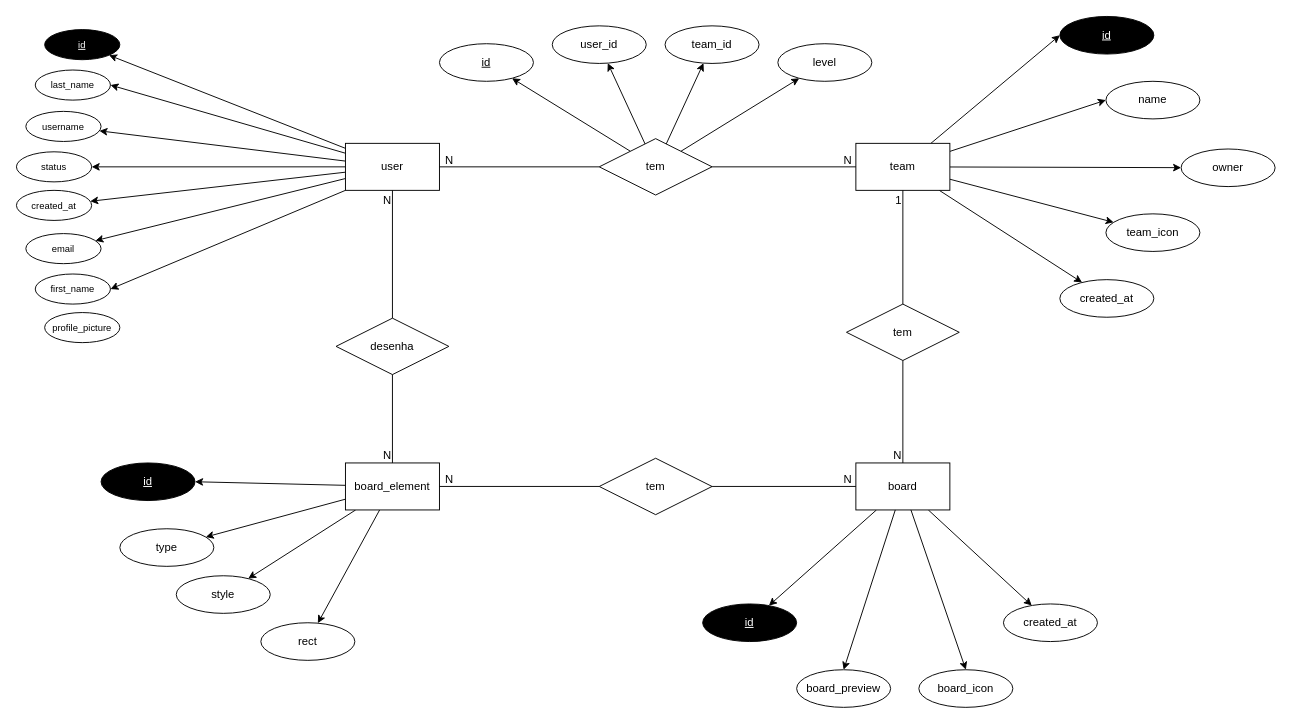
chronos-take-your-time/wiki keeps this draw.io diagram as docs/assets/diagram/DER.drawio. Above is the earlier version. Source tidied: cells renumbered, new cells numbered last; positions are measured from the earlier drawing's top-left corner, leaving out a move shared by most shapes. Both pictures are drawn from the tidied source at 94%, with x=0, y=0 at pixel (16, 16).
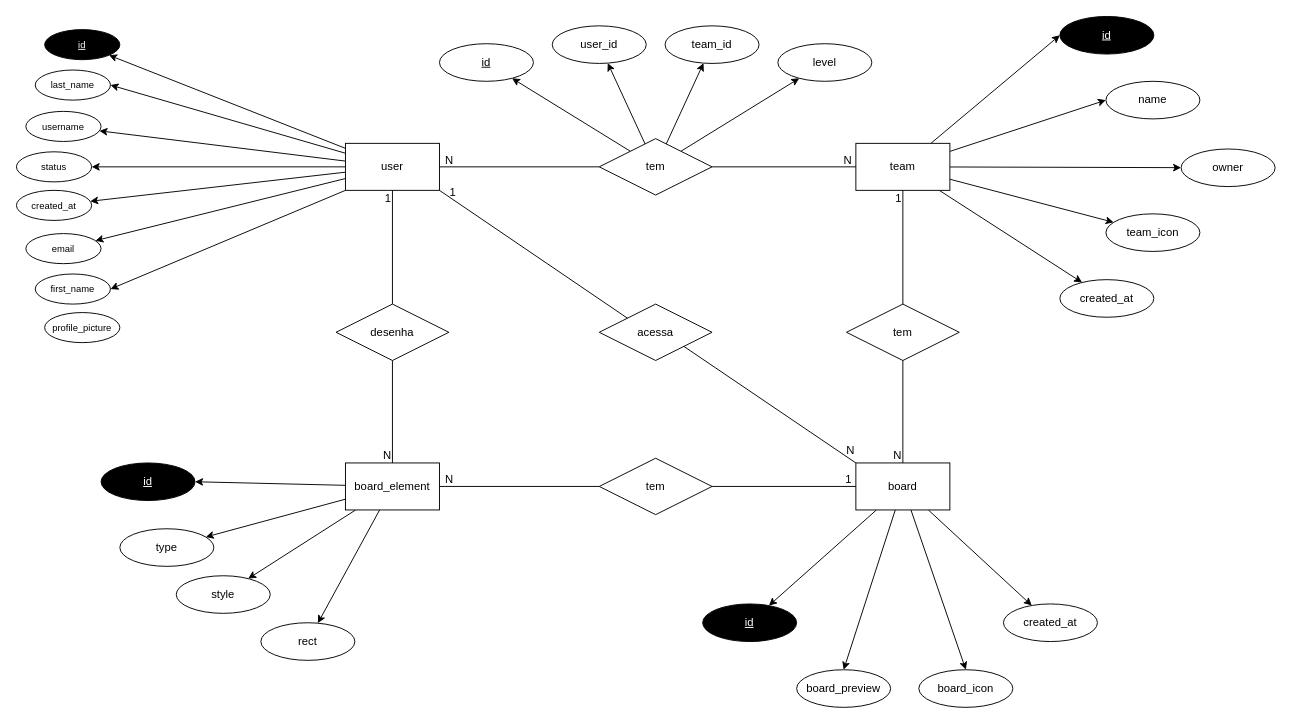
The same diagram, later.

Commit message:
docs(DER): correção da cardinalidade e adição da relação entre user e board

Unchanged cells that the change refers to:
```xml
<mxCell id="9" value="user" style="html=1;dashed=0;whiteSpace=wrap;" parent="1" vertex="1">
  <mxGeometry x="350" y="135" width="100" height="50" as="geometry" />
</mxCell>
<mxCell id="40" value="board" style="whiteSpace=wrap;html=1;dashed=0;" parent="1" vertex="1">
  <mxGeometry x="893" y="475" width="100" height="50" as="geometry" />
</mxCell>
<mxCell id="42" style="endArrow=none;html=1;rounded=0;exitX=0.5;exitY=1;exitDx=0;exitDy=0;" parent="1" edge="1" source="22" target="41">
  <mxGeometry relative="1" as="geometry" />
</mxCell>
<mxCell id="64" style="endArrow=none;html=1;rounded=0;exitX=0.5;exitY=1;exitDx=0;exitDy=0;entryX=0.5;entryY=0;entryDx=0;entryDy=0;" parent="1" edge="1" source="9" target="57">
  <mxGeometry relative="1" as="geometry" />
</mxCell>
<mxCell id="69" style="endArrow=none;html=1;rounded=0;exitX=1;exitY=0.5;exitDx=0;exitDy=0;align=center;entryX=0;entryY=0.5;entryDx=0;entryDy=0;" parent="1" edge="1" source="66" target="40">
  <mxGeometry relative="1" as="geometry" />
</mxCell>
```

Change to the diagram source:
```diff
@@
     <mxCell id="43" value="1" style="html=1;whiteSpace=wrap;align=right;verticalAlign=bottom;" parent="42" vertex="1">
       <mxGeometry x="1" relative="1" as="geometry">
-        <mxPoint y="-102" as="offset" />
+        <mxPoint y="-104" as="offset" />
       </mxGeometry>
     </mxCell>
@@
     <mxCell id="57" value="desenha" style="shape=rhombus;perimeter=rhombusPerimeter;whiteSpace=wrap;html=1;align=center;" parent="1" vertex="1">
-      <mxGeometry x="340" y="321" width="120" height="60" as="geometry" />
+      <mxGeometry x="340" y="306" width="120" height="60" as="geometry" />
     </mxCell>
@@
-    <mxCell id="65" value="N" style="html=1;whiteSpace=wrap;align=right;verticalAlign=bottom;" parent="64" vertex="1">
+    <mxCell id="65" value="1" style="html=1;whiteSpace=wrap;align=right;verticalAlign=bottom;" parent="64" vertex="1">
       <mxGeometry x="1" relative="1" as="geometry">
-        <mxPoint y="-117" as="offset" />
+        <mxPoint y="-104" as="offset" />
       </mxGeometry>
     </mxCell>
@@
-    <mxCell id="70" value="N" style="html=1;whiteSpace=wrap;align=right;verticalAlign=bottom;" parent="69" vertex="1">
+    <mxCell id="70" value="1" style="html=1;whiteSpace=wrap;align=right;verticalAlign=bottom;" parent="69" vertex="1">
       <mxGeometry x="1" relative="1" as="geometry">
         <mxPoint x="-3" y="1" as="offset" />
       </mxGeometry>
     </mxCell>
@@
+    <mxCell id="75" value="acessa" style="shape=rhombus;perimeter=rhombusPerimeter;whiteSpace=wrap;html=1;align=center;" parent="1" vertex="1">
+      <mxGeometry x="620" y="306" width="120" height="60" as="geometry" />
+    </mxCell>
+    <mxCell id="76" style="endArrow=none;html=1;rounded=0;exitX=1;exitY=1;exitDx=0;exitDy=0;entryX=0;entryY=0;entryDx=0;entryDy=0;" parent="1" edge="1" source="9" target="75">
+      <mxGeometry relative="1" as="geometry" />
+    </mxCell>
+    <mxCell id="77" value="1" style="html=1;whiteSpace=wrap;align=right;verticalAlign=bottom;" parent="76" vertex="1">
+      <mxGeometry x="1" relative="1" as="geometry">
+        <mxPoint x="-181" y="-126" as="offset" />
+      </mxGeometry>
+    </mxCell>
+    <mxCell id="78" style="endArrow=none;html=1;rounded=0;exitX=1;exitY=1;exitDx=0;exitDy=0;entryX=0;entryY=0;entryDx=0;entryDy=0;" parent="1" edge="1" source="75" target="40">
+      <mxGeometry relative="1" as="geometry" />
+    </mxCell>
+    <mxCell id="79" value="N" style="html=1;whiteSpace=wrap;align=right;verticalAlign=bottom;" parent="78" vertex="1">
+      <mxGeometry x="1" relative="1" as="geometry">
+        <mxPoint y="-5" as="offset" />
+      </mxGeometry>
+    </mxCell>
```
